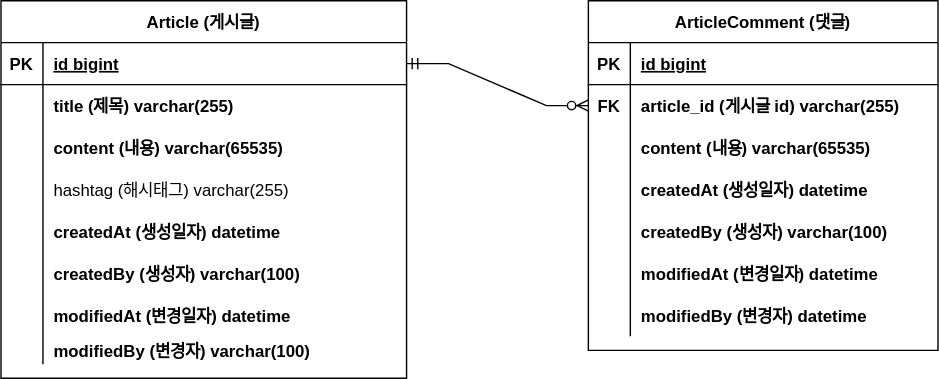
Before: document/project-board-erd.svg, a diagram exported from draw.io (TwOneZero/fastcampus-project-board). Source tidied: cells renumbered, new cells last; positions are measured from the earlier drawing's top-left corner, leaving out a move shared by most shapes.
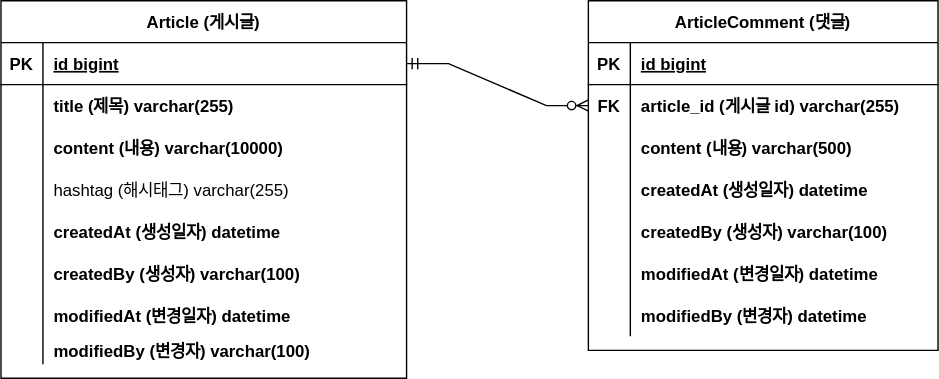
The same file after the commit.

Commit message:
#10 - erd 업데이트 : content 사이즈 변경

Change to the diagram source:
```diff
@@ -29,7 +29,7 @@
     <mxCell id="10" style="shape=partialRectangle;overflow=hidden;fillColor=none;top=0;left=0;bottom=0;right=0;" parent="9" vertex="1">
       <mxGeometry width="30" height="30" as="geometry" />
     </mxCell>
-    <mxCell id="11" value="content (내용) varchar(65535)" style="shape=partialRectangle;overflow=hidden;fillColor=none;top=0;left=0;bottom=0;right=0;align=left;spacingLeft=6;fontStyle=1;" parent="9" vertex="1">
+    <mxCell id="11" value="content (내용) varchar(10000)" style="shape=partialRectangle;overflow=hidden;fillColor=none;top=0;left=0;bottom=0;right=0;align=left;spacingLeft=6;fontStyle=1;" parent="9" vertex="1">
       <mxGeometry x="30" width="260" height="30" as="geometry" />
     </mxCell>
     <mxCell id="12" style="shape=partialRectangle;fillColor=none;top=0;left=0;right=0;bottom=0;" parent="2" vertex="1">
@@ -104,7 +104,7 @@
     <mxCell id="35" style="shape=partialRectangle;overflow=hidden;fillColor=none;top=0;left=0;bottom=0;right=0;" parent="34" vertex="1">
       <mxGeometry width="30" height="30" as="geometry" />
     </mxCell>
-    <mxCell id="36" value="content (내용) varchar(65535) " style="shape=partialRectangle;overflow=hidden;fillColor=none;top=0;left=0;bottom=0;right=0;align=left;spacingLeft=6;fontStyle=1;" parent="34" vertex="1">
+    <mxCell id="36" value="content (내용) varchar(500) " style="shape=partialRectangle;overflow=hidden;fillColor=none;top=0;left=0;bottom=0;right=0;align=left;spacingLeft=6;fontStyle=1;" parent="34" vertex="1">
       <mxGeometry x="30" width="220" height="30" as="geometry" />
     </mxCell>
     <mxCell id="37" style="shape=partialRectangle;fillColor=none;top=0;left=0;right=0;bottom=0;" parent="27" vertex="1">
```
